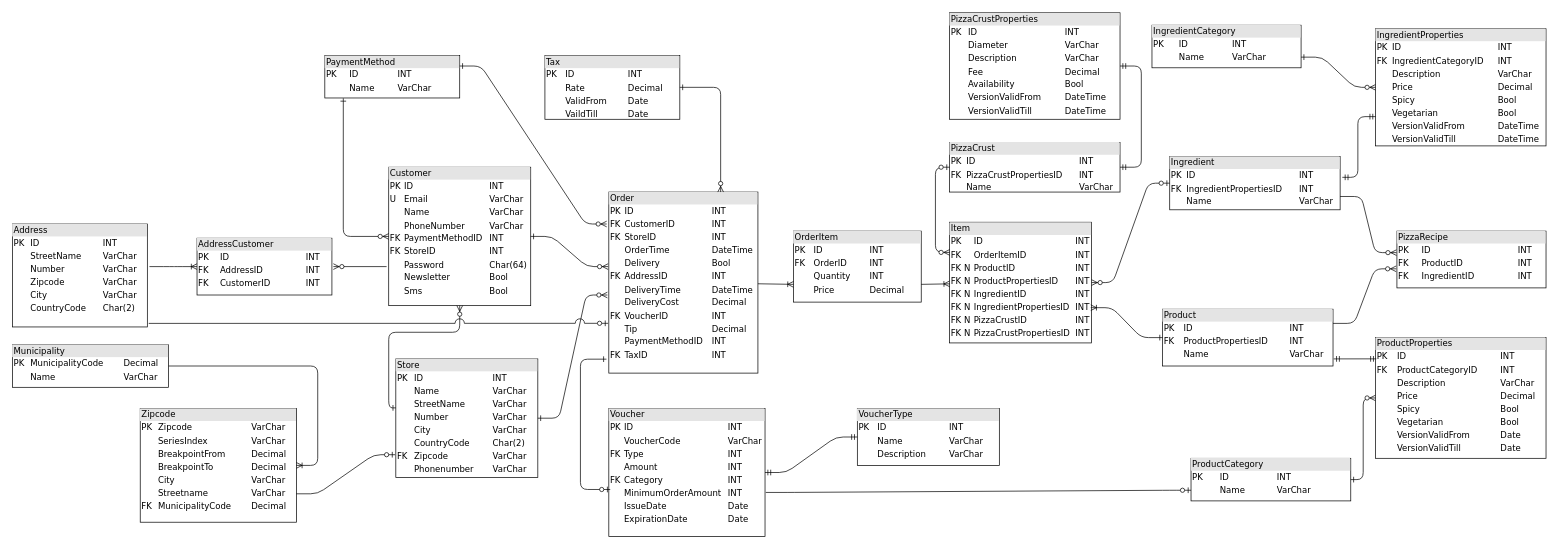
Before: DBO_huidige_situatie.drawio in SlatanEnLexSemester4/Mario-Pizza-Case, a draw.io diagram. Source tidied: cells renumbered, new cells numbered last; positions are measured from the earlier drawing's top-left corner, leaving out a move shared by most shapes. Both pictures are drawn from the tidied source at 71%, with x=0, y=0 at pixel (12, 12).
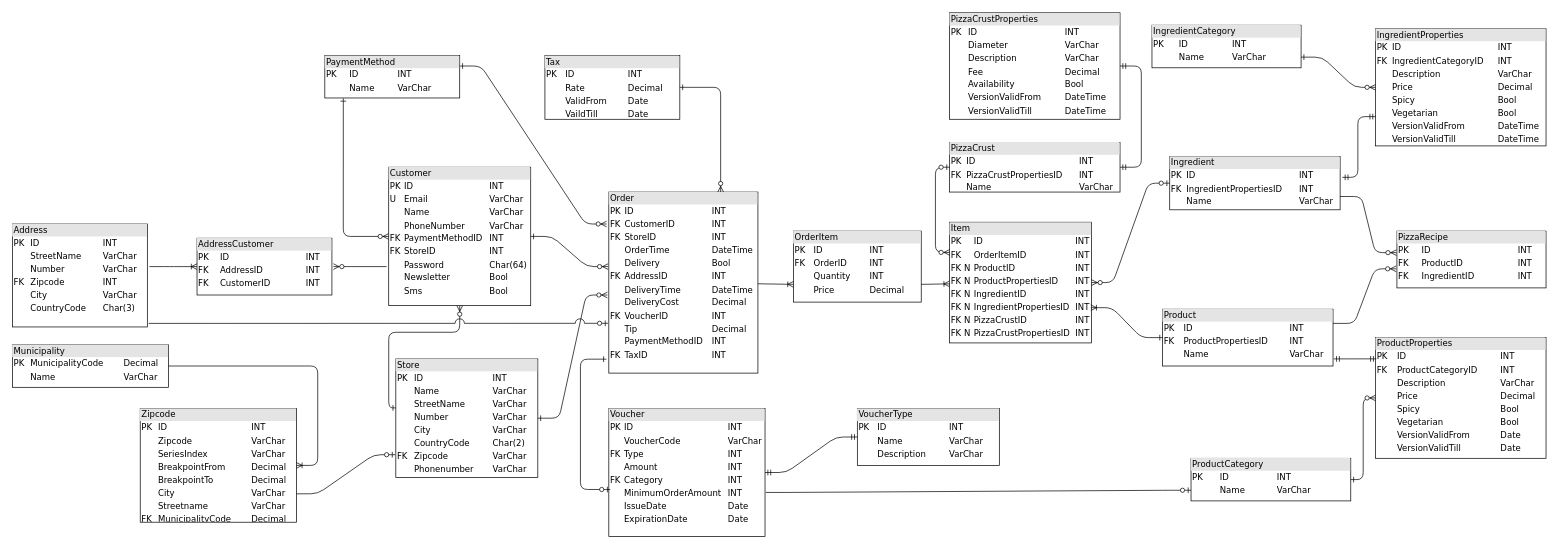
The same diagram, later.

Diff of the diagram source:
```diff
@@
-    <mxCell id="6" value="&lt;div style=&quot;box-sizing: border-box ; width: 100% ; background: #e4e4e4 ; padding: 2px&quot;&gt;Zipcode&lt;br&gt;&lt;/div&gt;&lt;table style=&quot;width: 100% ; font-size: 1em&quot; cellspacing=&quot;0&quot; cellpadding=&quot;2&quot;&gt;&lt;tbody&gt;&lt;tr&gt;&lt;td&gt;PK&lt;/td&gt;&lt;td&gt;Zipcode&lt;br&gt;&lt;/td&gt;&lt;td&gt;VarChar&lt;/td&gt;&lt;/tr&gt;&lt;tr&gt;&lt;td&gt;&lt;br&gt;&lt;/td&gt;&lt;td&gt;SeriesIndex&lt;br&gt;&lt;/td&gt;&lt;td&gt;VarChar&lt;br&gt;&lt;/td&gt;&lt;/tr&gt;&lt;tr&gt;&lt;td&gt;&lt;br&gt;&lt;/td&gt;&lt;td&gt;BreakpointFrom&lt;br&gt;&lt;/td&gt;&lt;td&gt;Decimal&lt;br&gt;&lt;/td&gt;&lt;/tr&gt;&lt;tr&gt;&lt;td&gt;&lt;br&gt;&lt;/td&gt;&lt;td&gt;BreakpointTo&lt;br&gt;&lt;/td&gt;&lt;td&gt;Decimal&lt;br&gt;&lt;/td&gt;&lt;/tr&gt;&lt;tr&gt;&lt;td&gt;&lt;br&gt;&lt;/td&gt;&lt;td&gt;City&lt;br&gt;&lt;/td&gt;&lt;td&gt;VarChar&lt;br&gt;&lt;/td&gt;&lt;/tr&gt;&lt;tr&gt;&lt;td&gt;&lt;br&gt;&lt;/td&gt;&lt;td&gt;Streetname&lt;br&gt;&lt;/td&gt;&lt;td&gt;VarChar&lt;br&gt;&lt;/td&gt;&lt;/tr&gt;&lt;tr&gt;&lt;td&gt;FK&lt;/td&gt;&lt;td&gt;MunicipalityCode&lt;br&gt;&lt;/td&gt;&lt;td&gt;Decimal&lt;/td&gt;&lt;/tr&gt;&lt;tr&gt;&lt;td&gt;&lt;br&gt;&lt;/td&gt;&lt;td&gt;&lt;br&gt;&lt;/td&gt;&lt;td&gt;&lt;br&gt;&lt;/td&gt;&lt;/tr&gt;&lt;tr&gt;&lt;td&gt;&lt;br&gt;&lt;/td&gt;&lt;td&gt;&lt;br&gt;&lt;/td&gt;&lt;td&gt;&lt;br&gt;&lt;/td&gt;&lt;/tr&gt;&lt;tr&gt;&lt;td&gt;&lt;br&gt;&lt;/td&gt;&lt;td&gt;&lt;br&gt;&lt;/td&gt;&lt;td&gt;&lt;br&gt;&lt;/td&gt;&lt;/tr&gt;&lt;tr&gt;&lt;td&gt;&lt;br&gt;&lt;/td&gt;&lt;td&gt;&lt;br&gt;&lt;/td&gt;&lt;td&gt;&lt;br&gt;&lt;/td&gt;&lt;/tr&gt;&lt;tr&gt;&lt;td&gt;&lt;br&gt;&lt;/td&gt;&lt;td&gt;&lt;br&gt;&lt;/td&gt;&lt;td&gt;&lt;br&gt;&lt;/td&gt;&lt;/tr&gt;&lt;/tbody&gt;&lt;/table&gt;" style="verticalAlign=top;align=left;overflow=fill;html=1;rounded=0;shadow=0;comic=0;labelBackgroundColor=none;strokeWidth=1;fontFamily=Verdana;fontSize=12;" parent="1" vertex="1">
+    <mxCell id="6" value="&lt;div style=&quot;box-sizing: border-box ; width: 100% ; background: #e4e4e4 ; padding: 2px&quot;&gt;Zipcode&lt;br&gt;&lt;/div&gt;&lt;table style=&quot;width: 100% ; font-size: 1em&quot; cellspacing=&quot;0&quot; cellpadding=&quot;2&quot;&gt;&lt;tbody&gt;&lt;tr&gt;&lt;td&gt;PK&lt;/td&gt;&lt;td&gt;ID&lt;/td&gt;&lt;td&gt;INT&lt;/td&gt;&lt;/tr&gt;&lt;tr&gt;&lt;td&gt;&lt;br&gt;&lt;/td&gt;&lt;td&gt;Zipcode&lt;br&gt;&lt;/td&gt;&lt;td&gt;VarChar&lt;/td&gt;&lt;/tr&gt;&lt;tr&gt;&lt;td&gt;&lt;br&gt;&lt;/td&gt;&lt;td&gt;SeriesIndex&lt;br&gt;&lt;/td&gt;&lt;td&gt;VarChar&lt;br&gt;&lt;/td&gt;&lt;/tr&gt;&lt;tr&gt;&lt;td&gt;&lt;br&gt;&lt;/td&gt;&lt;td&gt;BreakpointFrom&lt;br&gt;&lt;/td&gt;&lt;td&gt;Decimal&lt;br&gt;&lt;/td&gt;&lt;/tr&gt;&lt;tr&gt;&lt;td&gt;&lt;br&gt;&lt;/td&gt;&lt;td&gt;BreakpointTo&lt;br&gt;&lt;/td&gt;&lt;td&gt;Decimal&lt;br&gt;&lt;/td&gt;&lt;/tr&gt;&lt;tr&gt;&lt;td&gt;&lt;br&gt;&lt;/td&gt;&lt;td&gt;City&lt;br&gt;&lt;/td&gt;&lt;td&gt;VarChar&lt;br&gt;&lt;/td&gt;&lt;/tr&gt;&lt;tr&gt;&lt;td&gt;&lt;br&gt;&lt;/td&gt;&lt;td&gt;Streetname&lt;br&gt;&lt;/td&gt;&lt;td&gt;VarChar&lt;br&gt;&lt;/td&gt;&lt;/tr&gt;&lt;tr&gt;&lt;td&gt;FK&lt;/td&gt;&lt;td&gt;MunicipalityCode&lt;br&gt;&lt;/td&gt;&lt;td&gt;Decimal&lt;/td&gt;&lt;/tr&gt;&lt;tr&gt;&lt;td&gt;&lt;br&gt;&lt;/td&gt;&lt;td&gt;&lt;br&gt;&lt;/td&gt;&lt;td&gt;&lt;br&gt;&lt;/td&gt;&lt;/tr&gt;&lt;tr&gt;&lt;td&gt;&lt;br&gt;&lt;/td&gt;&lt;td&gt;&lt;br&gt;&lt;/td&gt;&lt;td&gt;&lt;br&gt;&lt;/td&gt;&lt;/tr&gt;&lt;tr&gt;&lt;td&gt;&lt;br&gt;&lt;/td&gt;&lt;td&gt;&lt;br&gt;&lt;/td&gt;&lt;td&gt;&lt;br&gt;&lt;/td&gt;&lt;/tr&gt;&lt;tr&gt;&lt;td&gt;&lt;br&gt;&lt;/td&gt;&lt;td&gt;&lt;br&gt;&lt;/td&gt;&lt;td&gt;&lt;br&gt;&lt;/td&gt;&lt;/tr&gt;&lt;tr&gt;&lt;td&gt;&lt;br&gt;&lt;/td&gt;&lt;td&gt;&lt;br&gt;&lt;/td&gt;&lt;td&gt;&lt;br&gt;&lt;/td&gt;&lt;/tr&gt;&lt;/tbody&gt;&lt;/table&gt;" style="verticalAlign=top;align=left;overflow=fill;html=1;rounded=0;shadow=0;comic=0;labelBackgroundColor=none;strokeWidth=1;fontFamily=Verdana;fontSize=12;" parent="1" vertex="1">
       <mxGeometry x="180" y="558" width="220" height="160" as="geometry" />
     </mxCell>
@@
-    <mxCell id="17" value="&lt;div style=&quot;box-sizing: border-box ; width: 100% ; background: #e4e4e4 ; padding: 2px&quot;&gt;Address&lt;br&gt;&lt;/div&gt;&lt;table style=&quot;width: 100% ; font-size: 1em&quot; cellspacing=&quot;0&quot; cellpadding=&quot;2&quot;&gt;&lt;tbody&gt;&lt;tr&gt;&lt;td&gt;PK&lt;/td&gt;&lt;td&gt;ID&lt;br&gt;&lt;/td&gt;&lt;td&gt;INT&lt;/td&gt;&lt;/tr&gt;&lt;tr&gt;&lt;td&gt;&lt;br&gt;&lt;/td&gt;&lt;td&gt;StreetName&lt;/td&gt;&lt;td&gt;VarChar&lt;/td&gt;&lt;/tr&gt;&lt;tr&gt;&lt;td&gt;&lt;br&gt;&lt;/td&gt;&lt;td&gt;Number&lt;/td&gt;&lt;td&gt;VarChar&lt;/td&gt;&lt;/tr&gt;&lt;tr&gt;&lt;td&gt;&lt;br&gt;&lt;/td&gt;&lt;td&gt;Zipcode&lt;/td&gt;&lt;td&gt;VarChar&lt;/td&gt;&lt;/tr&gt;&lt;tr&gt;&lt;td&gt;&lt;br&gt;&lt;/td&gt;&lt;td&gt;City&lt;/td&gt;&lt;td&gt;VarChar&lt;/td&gt;&lt;/tr&gt;&lt;tr&gt;&lt;td&gt;&lt;br&gt;&lt;/td&gt;&lt;td&gt;CountryCode&lt;/td&gt;&lt;td&gt;Char(2)&lt;/td&gt;&lt;/tr&gt;&lt;/tbody&gt;&lt;/table&gt;" style="verticalAlign=top;align=left;overflow=fill;html=1;rounded=0;shadow=0;comic=0;labelBackgroundColor=none;strokeWidth=1;fontFamily=Verdana;fontSize=12;" parent="1" vertex="1">
+    <mxCell id="17" value="&lt;div style=&quot;box-sizing: border-box ; width: 100% ; background: #e4e4e4 ; padding: 2px&quot;&gt;Address&lt;br&gt;&lt;/div&gt;&lt;table style=&quot;width: 100% ; font-size: 1em&quot; cellspacing=&quot;0&quot; cellpadding=&quot;2&quot;&gt;&lt;tbody&gt;&lt;tr&gt;&lt;td&gt;PK&lt;/td&gt;&lt;td&gt;ID&lt;br&gt;&lt;/td&gt;&lt;td&gt;INT&lt;/td&gt;&lt;/tr&gt;&lt;tr&gt;&lt;td&gt;&lt;br&gt;&lt;/td&gt;&lt;td&gt;StreetName&lt;/td&gt;&lt;td&gt;VarChar&lt;/td&gt;&lt;/tr&gt;&lt;tr&gt;&lt;td&gt;&lt;br&gt;&lt;/td&gt;&lt;td&gt;Number&lt;/td&gt;&lt;td&gt;VarChar&lt;/td&gt;&lt;/tr&gt;&lt;tr&gt;&lt;td&gt;FK&lt;/td&gt;&lt;td&gt;Zipcode&lt;/td&gt;&lt;td&gt;INT&lt;/td&gt;&lt;/tr&gt;&lt;tr&gt;&lt;td&gt;&lt;br&gt;&lt;/td&gt;&lt;td&gt;City&lt;/td&gt;&lt;td&gt;VarChar&lt;/td&gt;&lt;/tr&gt;&lt;tr&gt;&lt;td&gt;&lt;br&gt;&lt;/td&gt;&lt;td&gt;CountryCode&lt;/td&gt;&lt;td&gt;Char(3)&lt;/td&gt;&lt;/tr&gt;&lt;/tbody&gt;&lt;/table&gt;" style="verticalAlign=top;align=left;overflow=fill;html=1;rounded=0;shadow=0;comic=0;labelBackgroundColor=none;strokeWidth=1;fontFamily=Verdana;fontSize=12;" parent="1" vertex="1">
       <mxGeometry y="298" width="190" height="145" as="geometry" />
     </mxCell>
```
